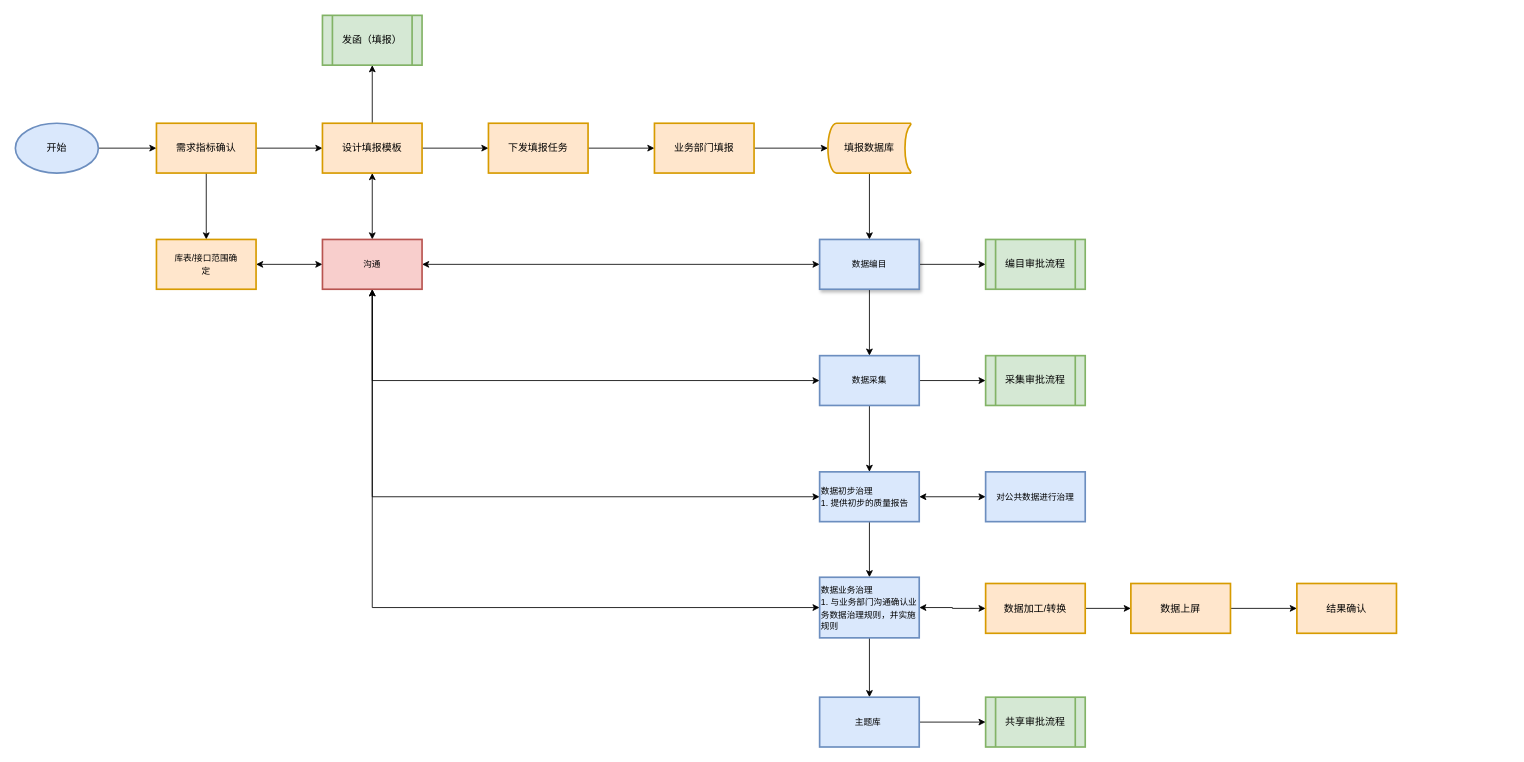
Above: uml/未命名绘图.drawio in CIKE-peaked/mylib (draw.io), before the change. Source tidied: cells renumbered, new cells numbered last; positions are measured from the earlier drawing's top-left corner, leaving out a move shared by most shapes. Both pictures are drawn from the tidied source at 83%, with x=0, y=0 at pixel (15, 15).
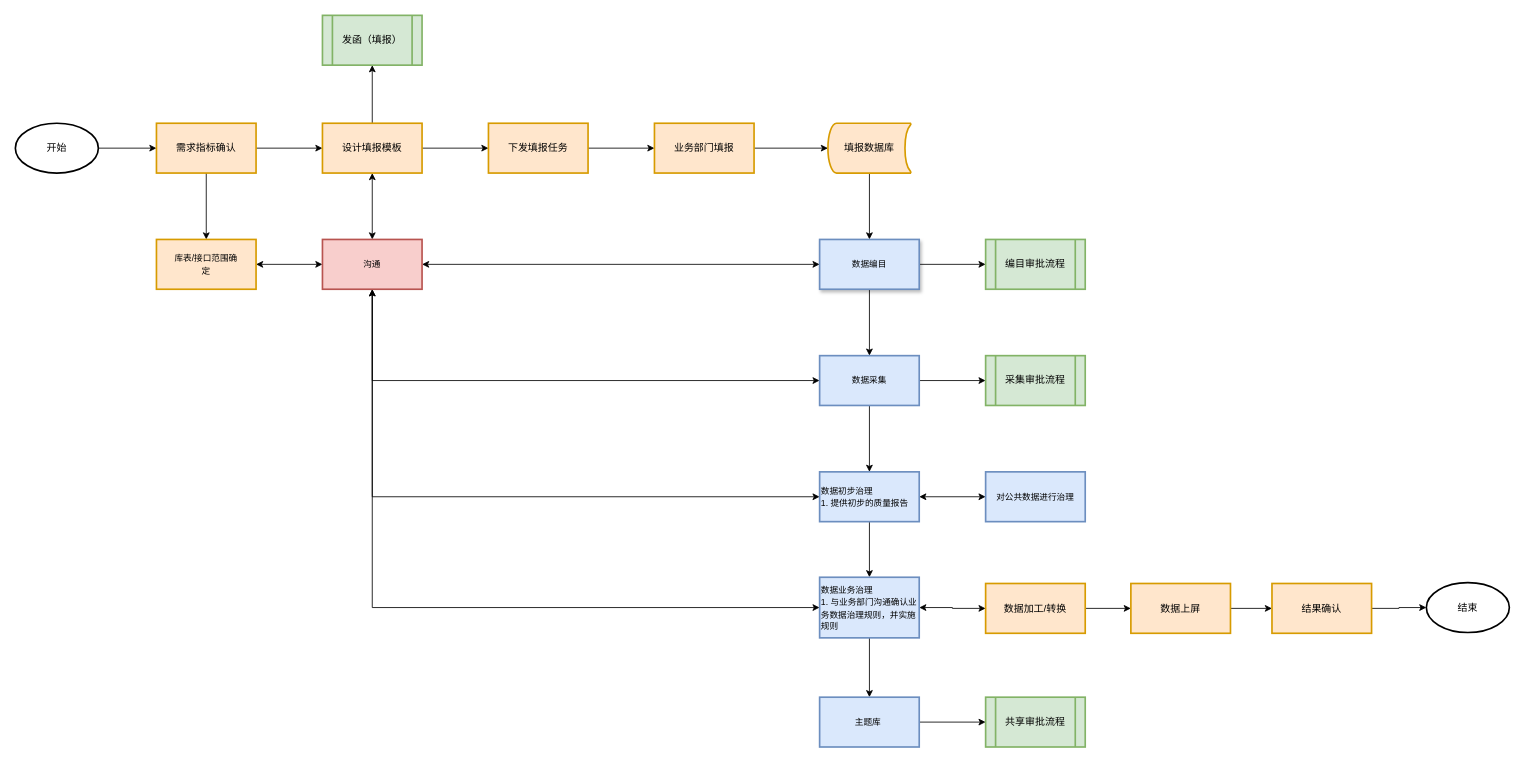
Above is the later version.

The edit, as a diff of the source:
```diff
@@
-    <mxCell id="3" value="开始" style="strokeWidth=2;html=1;shape=mxgraph.flowchart.start_1;whiteSpace=wrap;fillColor=#dae8fc;strokeColor=#6c8ebf;" parent="1" vertex="1">
+    <mxCell id="3" value="开始" style="strokeWidth=2;html=1;shape=mxgraph.flowchart.start_1;whiteSpace=wrap;" parent="1" vertex="1">
       <mxGeometry y="130" width="100" height="60" as="geometry" />
     </mxCell>
@@
+    <mxCell id="48" style="edgeStyle=orthogonalEdgeStyle;rounded=0;jettySize=auto;html=1;" parent="1" edge="1" source="46" target="49">
+      <mxGeometry relative="1" as="geometry" />
+    </mxCell>
     <mxCell id="46" value="&lt;div&gt;&lt;span style=&quot;background-color: initial;&quot;&gt;结果确认&lt;/span&gt;&lt;br&gt;&lt;/div&gt;" style="whiteSpace=wrap;html=1;fillColor=#ffe6cc;strokeColor=#d79b00;strokeWidth=2;" parent="1" vertex="1">
-      <mxGeometry x="1544" y="684.5" width="120" height="60" as="geometry" />
+      <mxGeometry x="1514" y="684.5" width="120" height="60" as="geometry" />
     </mxCell>
@@
+    <mxCell id="49" value="结束" style="strokeWidth=2;html=1;shape=mxgraph.flowchart.start_1;whiteSpace=wrap;" parent="1" vertex="1">
+      <mxGeometry x="1700" y="683.5" width="100" height="60" as="geometry" />
+    </mxCell>
```
